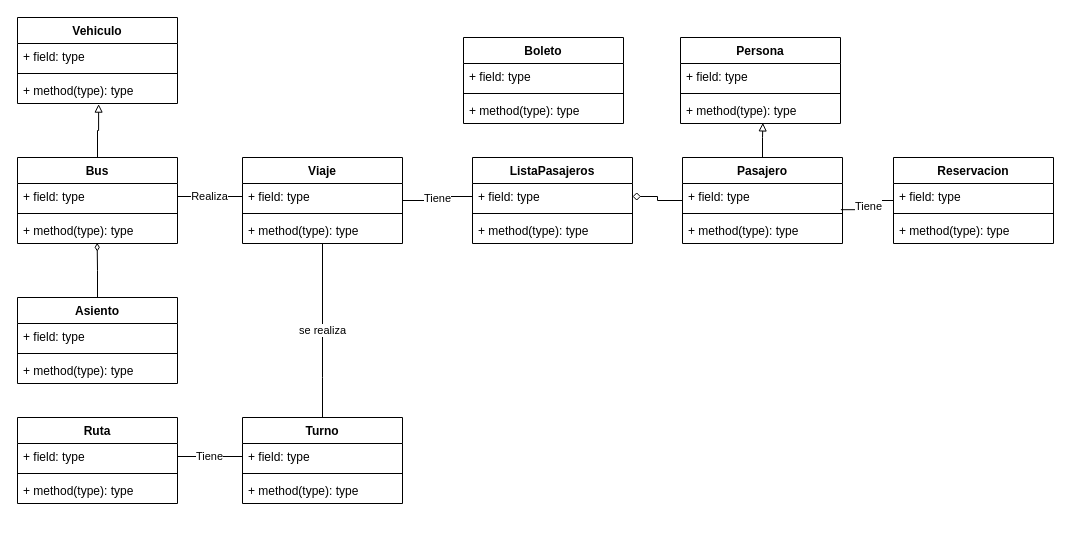
This is CICLO 3/Diagramas UML/ModeloVentasBoletos.drawio from KBGR55/DIAGRAMAS, a draw.io file, before an edit. Source tidied: cells renumbered, new cells numbered last; positions are measured from the earlier drawing's top-left corner, leaving out a move shared by most shapes. Both pictures are drawn from the tidied source at 100%, with x=0, y=0 at pixel (17, 17).
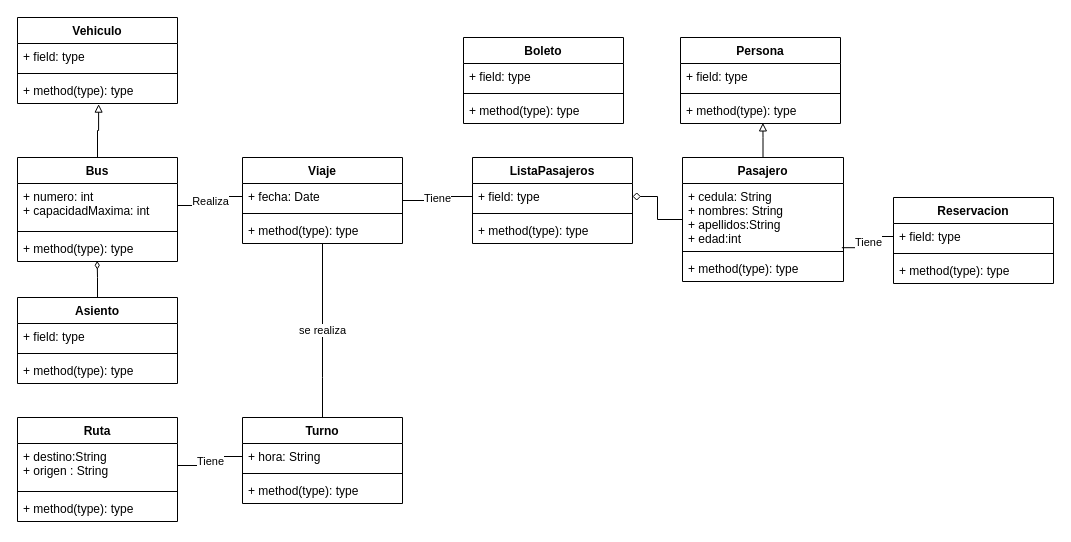
Above is the later version.

The change refers to these unchanged cells:
```xml
<mxCell id="4" value="Viaje" style="swimlane;fontStyle=1;align=center;verticalAlign=top;horizontal=1;startSize=26;" parent="1" vertex="1">
  <mxGeometry x="225" y="140" width="160" height="86" as="geometry" />
</mxCell>
<mxCell id="18" value="+ field: type" style="text;strokeColor=none;fillColor=none;align=left;verticalAlign=top;spacingLeft=4;spacingRight=4;overflow=hidden;points=[[0,0.5],[1,0.5]];portConstraint=eastwest;" parent="17" vertex="1">
  <mxGeometry y="26" width="160" height="26" as="geometry" />
</mxCell>
<mxCell id="30" value="Turno" style="swimlane;fontStyle=1;align=center;verticalAlign=top;horizontal=1;startSize=26;" parent="1" vertex="1">
  <mxGeometry x="225" y="400" width="160" height="86" as="geometry" />
</mxCell>
```

What changed in the source:
```diff
@@
-    <mxCell id="5" value="+ field: type" style="text;strokeColor=none;fillColor=none;align=left;verticalAlign=top;spacingLeft=4;spacingRight=4;overflow=hidden;points=[[0,0.5],[1,0.5]];portConstraint=eastwest;" parent="4" vertex="1">
+    <mxCell id="5" value="+ fecha: Date" style="text;strokeColor=none;fillColor=none;align=left;verticalAlign=top;spacingLeft=4;spacingRight=4;overflow=hidden;points=[[0,0.5],[1,0.5]];portConstraint=eastwest;" parent="4" vertex="1">
       <mxGeometry y="26" width="160" height="26" as="geometry" />
     </mxCell>
@@
     <mxCell id="8" value="Ruta" style="swimlane;fontStyle=1;align=center;verticalAlign=top;horizontal=1;startSize=26;" parent="1" vertex="1">
-      <mxGeometry y="400" width="160" height="86" as="geometry" />
+      <mxGeometry y="400" width="160" height="104" as="geometry" />
     </mxCell>
-    <mxCell id="9" value="+ field: type" style="text;strokeColor=none;fillColor=none;align=left;verticalAlign=top;spacingLeft=4;spacingRight=4;overflow=hidden;points=[[0,0.5],[1,0.5]];portConstraint=eastwest;" parent="8" vertex="1">
-      <mxGeometry y="26" width="160" height="26" as="geometry" />
+    <mxCell id="9" value="+ destino:String&#10;+ origen : String" style="text;strokeColor=none;fillColor=none;align=left;verticalAlign=top;spacingLeft=4;spacingRight=4;overflow=hidden;points=[[0,0.5],[1,0.5]];portConstraint=eastwest;" parent="8" vertex="1">
+      <mxGeometry y="26" width="160" height="44" as="geometry" />
     </mxCell>
     <mxCell id="10" style="line;strokeWidth=1;fillColor=none;align=left;verticalAlign=middle;spacingTop=-1;spacingLeft=3;spacingRight=3;labelPosition=right;" parent="8" vertex="1">
-      <mxGeometry y="52" width="160" height="8" as="geometry" />
+      <mxGeometry y="70" width="160" height="8" as="geometry" />
     </mxCell>
     <mxCell id="11" value="+ method(type): type" style="text;strokeColor=none;fillColor=none;align=left;verticalAlign=top;spacingLeft=4;spacingRight=4;overflow=hidden;" parent="8" vertex="1">
-      <mxGeometry y="60" width="160" height="26" as="geometry" />
+      <mxGeometry y="78" width="160" height="26" as="geometry" />
     </mxCell>
@@
-    <mxCell id="16" value="Tiene" style="edgeStyle=orthogonalEdgeStyle;rounded=0;jettySize=auto;html=1;entryX=0.99;entryY=-0.3;entryDx=0;entryDy=0;entryPerimeter=0;endArrow=none;endFill=0;" parent="1" edge="1" source="17" target="39">
+    <mxCell id="16" value="Tiene" style="edgeStyle=orthogonalEdgeStyle;rounded=0;jettySize=auto;html=1;entryX=0.99;entryY=-0.3;entryDx=0;entryDy=0;entryPerimeter=0;endArrow=none;endFill=0;exitX=0;exitY=0.5;exitDx=0;exitDy=0;" parent="1" edge="1" source="18" target="39">
       <mxGeometry relative="1" as="geometry" />
     </mxCell>
     <mxCell id="17" value="Reservacion" style="swimlane;fontStyle=1;align=center;verticalAlign=top;horizontal=1;startSize=26;" parent="1" vertex="1">
-      <mxGeometry x="876" y="140" width="160" height="86" as="geometry" />
+      <mxGeometry x="876" y="180" width="160" height="86" as="geometry" />
     </mxCell>
@@
     <mxCell id="26" value="Bus" style="swimlane;fontStyle=1;align=center;verticalAlign=top;horizontal=1;startSize=26;" parent="1" vertex="1">
-      <mxGeometry y="140" width="160" height="86" as="geometry" />
+      <mxGeometry y="140" width="160" height="104" as="geometry" />
     </mxCell>
-    <mxCell id="27" value="+ field: type" style="text;strokeColor=none;fillColor=none;align=left;verticalAlign=top;spacingLeft=4;spacingRight=4;overflow=hidden;points=[[0,0.5],[1,0.5]];portConstraint=eastwest;" parent="26" vertex="1">
-      <mxGeometry y="26" width="160" height="26" as="geometry" />
+    <mxCell id="27" value="+ numero: int&#10;+ capacidadMaxima: int" style="text;strokeColor=none;fillColor=none;align=left;verticalAlign=top;spacingLeft=4;spacingRight=4;overflow=hidden;points=[[0,0.5],[1,0.5]];portConstraint=eastwest;" parent="26" vertex="1">
+      <mxGeometry y="26" width="160" height="44" as="geometry" />
     </mxCell>
     <mxCell id="28" style="line;strokeWidth=1;fillColor=none;align=left;verticalAlign=middle;spacingTop=-1;spacingLeft=3;spacingRight=3;labelPosition=right;" parent="26" vertex="1">
-      <mxGeometry y="52" width="160" height="8" as="geometry" />
+      <mxGeometry y="70" width="160" height="8" as="geometry" />
     </mxCell>
     <mxCell id="29" value="+ method(type): type" style="text;strokeColor=none;fillColor=none;align=left;verticalAlign=top;spacingLeft=4;spacingRight=4;overflow=hidden;points=[[0,0.5],[1,0.5]];portConstraint=eastwest;" parent="26" vertex="1">
-      <mxGeometry y="60" width="160" height="26" as="geometry" />
+      <mxGeometry y="78" width="160" height="26" as="geometry" />
     </mxCell>
@@
-    <mxCell id="31" value="+ field: type" style="text;strokeColor=none;fillColor=none;align=left;verticalAlign=top;spacingLeft=4;spacingRight=4;overflow=hidden;points=[[0,0.5],[1,0.5]];portConstraint=eastwest;" parent="30" vertex="1">
+    <mxCell id="31" value="+ hora: String" style="text;strokeColor=none;fillColor=none;align=left;verticalAlign=top;spacingLeft=4;spacingRight=4;overflow=hidden;points=[[0,0.5],[1,0.5]];portConstraint=eastwest;" parent="30" vertex="1">
       <mxGeometry y="26" width="160" height="26" as="geometry" />
     </mxCell>
@@
     <mxCell id="36" value="Pasajero" style="swimlane;fontStyle=1;align=center;verticalAlign=top;horizontal=1;startSize=26;" parent="1" vertex="1">
-      <mxGeometry x="665" y="140" width="160" height="86" as="geometry" />
+      <mxGeometry x="665" y="140" width="161" height="124" as="geometry" />
     </mxCell>
-    <mxCell id="37" value="+ field: type" style="text;strokeColor=none;fillColor=none;align=left;verticalAlign=top;spacingLeft=4;spacingRight=4;overflow=hidden;" parent="36" vertex="1">
-      <mxGeometry y="26" width="160" height="26" as="geometry" />
+    <mxCell id="37" value="+ cedula: String&#10;+ nombres: String&#10;+ apellidos:String &#10;+ edad:int" style="text;strokeColor=none;fillColor=none;align=left;verticalAlign=top;spacingLeft=4;spacingRight=4;overflow=hidden;" parent="36" vertex="1">
+      <mxGeometry y="26" width="161" height="64" as="geometry" />
     </mxCell>
     <mxCell id="38" style="line;strokeWidth=1;fillColor=none;align=left;verticalAlign=middle;spacingTop=-1;spacingLeft=3;spacingRight=3;labelPosition=right;" parent="36" vertex="1">
-      <mxGeometry y="52" width="160" height="8" as="geometry" />
+      <mxGeometry y="90" width="161" height="8" as="geometry" />
     </mxCell>
     <mxCell id="39" value="+ method(type): type" style="text;strokeColor=none;fillColor=none;align=left;verticalAlign=top;spacingLeft=4;spacingRight=4;overflow=hidden;points=[[0,0.5],[1,0.5]];portConstraint=eastwest;" parent="36" vertex="1">
-      <mxGeometry y="60" width="160" height="26" as="geometry" />
+      <mxGeometry y="98" width="161" height="26" as="geometry" />
     </mxCell>
```
